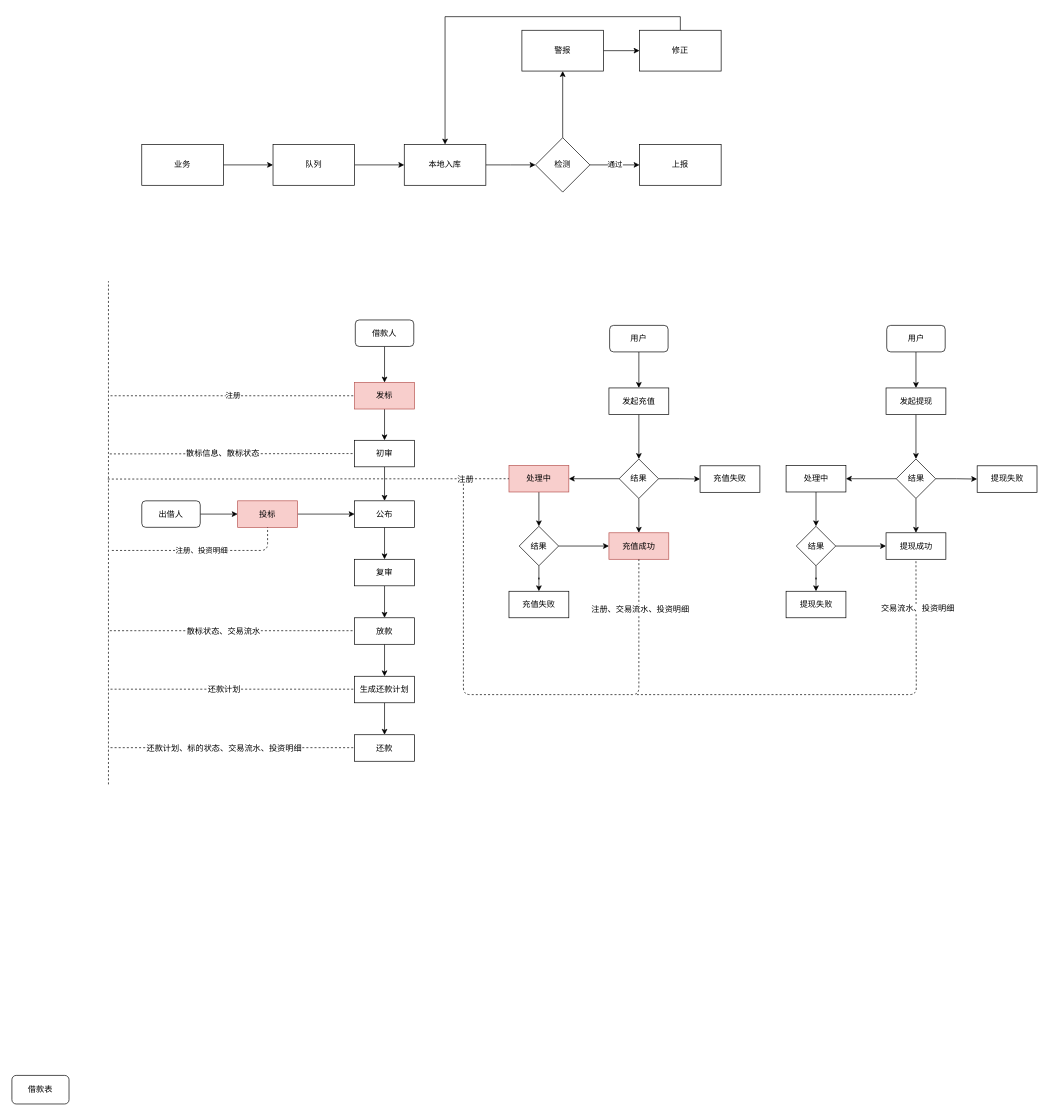
yiuked/diagram keeps this draw.io diagram as 数据上报.drawio. Above is the earlier version. Source tidied: cells renumbered, new cells numbered last; positions are measured from the earlier drawing's top-left corner, leaving out a move shared by most shapes. Both pictures are drawn from the tidied source at 68%, with x=0, y=0 at pixel (12, 30).
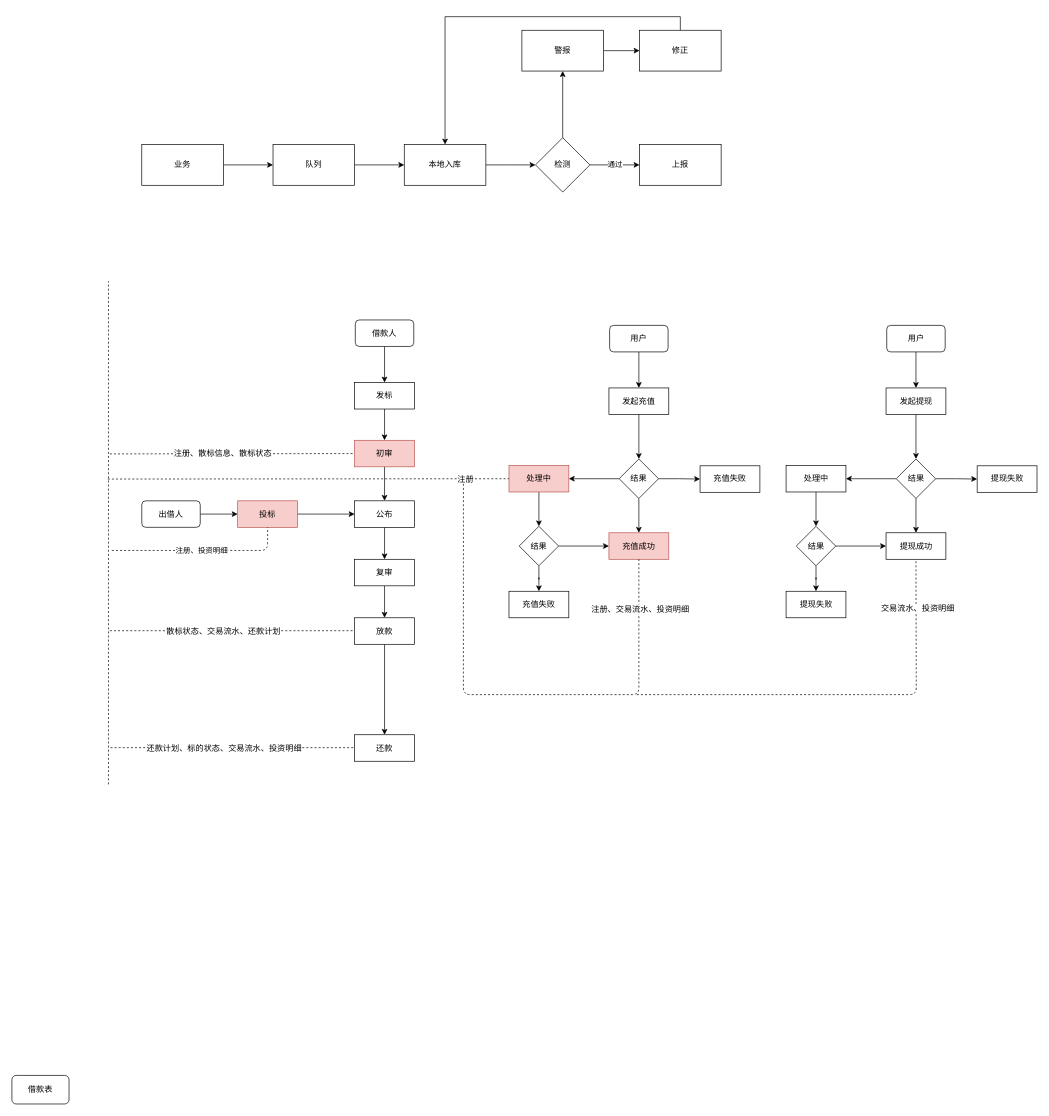
The same page after the edit.

Commit message:
更新数据上报.drawio

The change refers to these unchanged cells:
```xml
<mxCell id="15" value="放款" style="rounded=0;whiteSpace=wrap;html=1;" parent="1" vertex="1">
  <mxGeometry x="504" y="864" width="88" height="39" as="geometry" />
</mxCell>
<mxCell id="18" value="还款" style="rounded=0;whiteSpace=wrap;html=1;" parent="1" vertex="1">
  <mxGeometry x="504" y="1036" width="88" height="39" as="geometry" />
</mxCell>
<mxCell id="54" style="endArrow=none;dashed=1;html=1;entryX=0;entryY=0.5;entryDx=0;entryDy=0;" parent="1" edge="1" target="7">
  <mxGeometry relative="1" as="geometry">
    <mxPoint x="144" y="623" as="sourcePoint" />
  </mxGeometry>
</mxCell>
<mxCell id="58" style="endArrow=none;dashed=1;html=1;entryX=0;entryY=0.5;entryDx=0;entryDy=0;" parent="1" edge="1">
  <mxGeometry relative="1" as="geometry">
    <mxPoint x="144" y="883" as="sourcePoint" />
    <mxPoint x="504" y="883" as="targetPoint" />
  </mxGeometry>
</mxCell>
```

Diff of the diagram source:
```diff
@@
-    <mxCell id="5" value="发标" style="rounded=0;whiteSpace=wrap;html=1;fillColor=#f8cecc;strokeColor=#b85450;" parent="1" vertex="1">
+    <mxCell id="5" value="发标" style="rounded=0;whiteSpace=wrap;html=1;" parent="1" vertex="1">
       <mxGeometry x="504" y="518" width="88" height="39" as="geometry" />
     </mxCell>
@@
-    <mxCell id="7" value="初审" style="rounded=0;whiteSpace=wrap;html=1;" parent="1" vertex="1">
+    <mxCell id="7" value="初审" style="rounded=0;whiteSpace=wrap;html=1;fillColor=#f8cecc;strokeColor=#b85450;" parent="1" vertex="1">
       <mxGeometry x="504" y="603" width="88" height="39" as="geometry" />
     </mxCell>
@@
-    <mxCell id="14" style="edgeStyle=orthogonalEdgeStyle;rounded=0;jettySize=auto;html=1;exitX=0.5;exitY=1;exitDx=0;exitDy=0;" parent="1" edge="1" source="15" target="17">
+    <mxCell id="14" style="edgeStyle=orthogonalEdgeStyle;rounded=0;jettySize=auto;html=1;exitX=0.5;exitY=1;exitDx=0;exitDy=0;entryX=0.5;entryY=0;entryDx=0;entryDy=0;" parent="1" edge="1" source="15" target="18">
       <mxGeometry relative="1" as="geometry" />
     </mxCell>
@@
-    <mxCell id="16" style="edgeStyle=orthogonalEdgeStyle;rounded=0;jettySize=auto;html=1;exitX=0.5;exitY=1;exitDx=0;exitDy=0;entryX=0.5;entryY=0;entryDx=0;entryDy=0;" parent="1" edge="1" source="17" target="18">
-      <mxGeometry relative="1" as="geometry" />
-    </mxCell>
-    <mxCell id="17" value="生成还款计划" style="rounded=0;whiteSpace=wrap;html=1;" parent="1" vertex="1">
-      <mxGeometry x="504" y="950" width="88" height="39" as="geometry" />
-    </mxCell>
@@
-    <mxCell id="55" value="散标信息、散标状态" style="text;html=1;align=center;verticalAlign=middle;labelBackgroundColor=#ffffff;" parent="54" vertex="1">
+    <mxCell id="55" value="注册、散标信息、散标状态" style="text;html=1;align=center;verticalAlign=middle;labelBackgroundColor=#ffffff;" parent="54" vertex="1">
       <mxGeometry x="-0.08" relative="1" as="geometry" />
     </mxCell>
-    <mxCell id="56" value="注册" style="endArrow=none;dashed=1;html=1;entryX=0;entryY=0.5;entryDx=0;entryDy=0;" parent="1" edge="1">
-      <mxGeometry relative="1" as="geometry">
-        <mxPoint x="145" y="537.5" as="sourcePoint" />
-        <mxPoint x="505" y="537.5" as="targetPoint" />
-      </mxGeometry>
-    </mxCell>
@@
-    <mxCell id="59" value="散标状态、交易流水" style="text;html=1;align=center;verticalAlign=middle;labelBackgroundColor=#ffffff;" parent="58" vertex="1">
+    <mxCell id="59" value="散标状态、交易流水、还款计划" style="text;html=1;align=center;verticalAlign=middle;labelBackgroundColor=#ffffff;" parent="58" vertex="1">
       <mxGeometry x="-0.08" relative="1" as="geometry" />
     </mxCell>
-    <mxCell id="60" style="endArrow=none;dashed=1;html=1;entryX=0;entryY=0.5;entryDx=0;entryDy=0;" parent="1" edge="1">
-      <mxGeometry relative="1" as="geometry">
-        <mxPoint x="145" y="969" as="sourcePoint" />
-        <mxPoint x="505" y="969" as="targetPoint" />
-      </mxGeometry>
-    </mxCell>
-    <mxCell id="61" value="还款计划" style="text;html=1;align=center;verticalAlign=middle;labelBackgroundColor=#ffffff;" parent="60" vertex="1">
-      <mxGeometry x="-0.08" relative="1" as="geometry" />
-    </mxCell>
```
